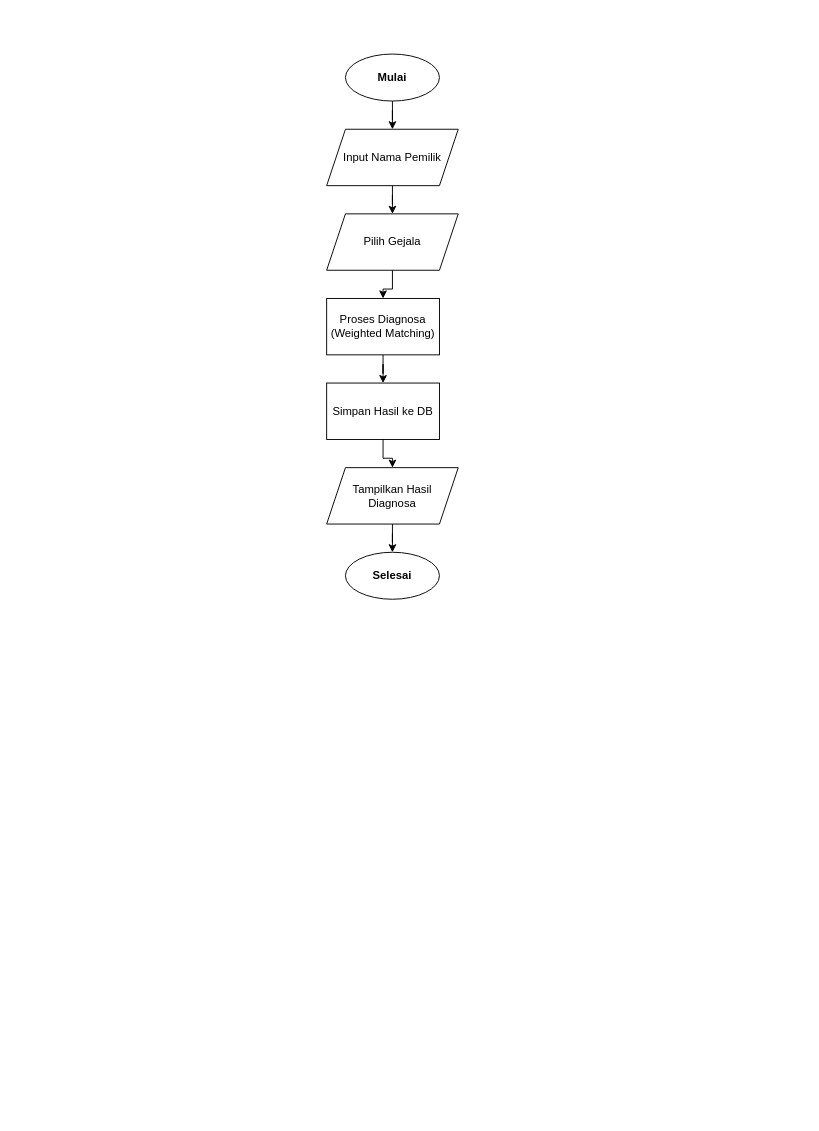
Above: diagram/flowchart/konsultasi.drawio in Jinsky/Jinsky (draw.io), before the change. Source tidied: cells renumbered, new cells numbered last; positions are measured from the earlier drawing's top-left corner, leaving out a move shared by most shapes. Both pictures are drawn from the tidied source at 94%, with x=0, y=0 at pixel (16, 16).
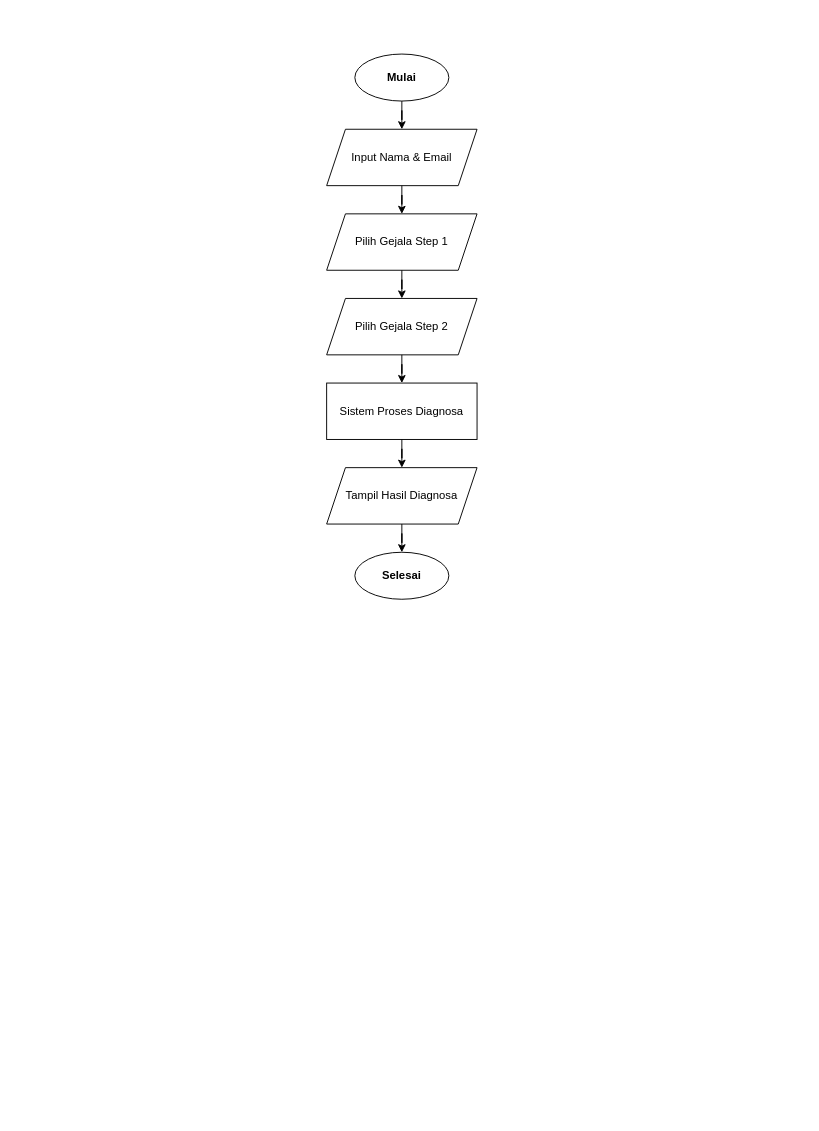
The same page after the edit.

Diff of the diagram source:
```diff
@@
 <mxGraphModel>
   <root>
     <mxCell id="0" />
     <mxCell id="1" parent="0" />
     <mxCell id="2" style="rounded=0;whiteSpace=wrap;html=1;fillColor=#ffffff;strokeColor=none;" parent="1" vertex="1">
-      <mxGeometry width="827" height="1169" as="geometry" />
+      <mxGeometry x="10" width="827" height="1169" as="geometry" />
     </mxCell>
     <mxCell id="3" value="Mulai" style="ellipse;whiteSpace=wrap;html=1;fontStyle=1;fontSize=12;fillColor=#ffffff;strokeColor=#000000;" parent="1" vertex="1">
-      <mxGeometry x="350" y="40" width="100" height="50" as="geometry" />
+      <mxGeometry x="360" y="40" width="100" height="50" as="geometry" />
     </mxCell>
-    <mxCell id="4" value="Input Nama Pemilik" style="shape=parallelogram;perimeter=parallelogramPerimeter;whiteSpace=wrap;html=1;fixedSize=1;fontSize=12;fillColor=#ffffff;strokeColor=#000000;" parent="1" vertex="1">
-      <mxGeometry x="330" y="120" width="140" height="60" as="geometry" />
+    <mxCell id="4" value="Input Nama &amp; Email" style="shape=parallelogram;perimeter=parallelogramPerimeter;whiteSpace=wrap;html=1;fixedSize=1;fontSize=12;fillColor=#ffffff;strokeColor=#000000;" parent="1" vertex="1">
+      <mxGeometry x="330" y="120" width="160" height="60" as="geometry" />
     </mxCell>
-    <mxCell id="5" value="Pilih Gejala" style="shape=parallelogram;perimeter=parallelogramPerimeter;whiteSpace=wrap;html=1;fixedSize=1;fontSize=12;fillColor=#ffffff;strokeColor=#000000;" parent="1" vertex="1">
-      <mxGeometry x="330" y="210" width="140" height="60" as="geometry" />
+    <mxCell id="5" value="Pilih Gejala Step 1" style="shape=parallelogram;perimeter=parallelogramPerimeter;whiteSpace=wrap;html=1;fixedSize=1;fontSize=12;fillColor=#ffffff;strokeColor=#000000;" parent="1" vertex="1">
+      <mxGeometry x="330" y="210" width="160" height="60" as="geometry" />
     </mxCell>
-    <mxCell id="6" value="Proses Diagnosa (Weighted Matching)" style="rounded=0;whiteSpace=wrap;html=1;fontSize=12;fillColor=#ffffff;strokeColor=#000000;" parent="1" vertex="1">
-      <mxGeometry x="330" y="300" width="120" height="60" as="geometry" />
+    <mxCell id="6" value="Pilih Gejala Step 2" style="shape=parallelogram;perimeter=parallelogramPerimeter;whiteSpace=wrap;html=1;fixedSize=1;fontSize=12;fillColor=#ffffff;strokeColor=#000000;" parent="1" vertex="1">
+      <mxGeometry x="330" y="300" width="160" height="60" as="geometry" />
     </mxCell>
-    <mxCell id="7" value="Simpan Hasil ke DB" style="rounded=0;whiteSpace=wrap;html=1;fontSize=12;fillColor=#ffffff;strokeColor=#000000;" parent="1" vertex="1">
-      <mxGeometry x="330" y="390" width="120" height="60" as="geometry" />
+    <mxCell id="7" value="Sistem Proses Diagnosa" style="rounded=0;whiteSpace=wrap;html=1;fontSize=12;fillColor=#ffffff;strokeColor=#000000;" parent="1" vertex="1">
+      <mxGeometry x="330" y="390" width="160" height="60" as="geometry" />
     </mxCell>
-    <mxCell id="8" value="Tampilkan Hasil Diagnosa" style="shape=parallelogram;perimeter=parallelogramPerimeter;whiteSpace=wrap;html=1;fixedSize=1;fontSize=12;fillColor=#ffffff;strokeColor=#000000;" parent="1" vertex="1">
-      <mxGeometry x="330" y="480" width="140" height="60" as="geometry" />
+    <mxCell id="8" value="Tampil Hasil Diagnosa" style="shape=parallelogram;perimeter=parallelogramPerimeter;whiteSpace=wrap;html=1;fixedSize=1;fontSize=12;fillColor=#ffffff;strokeColor=#000000;" parent="1" vertex="1">
+      <mxGeometry x="330" y="480" width="160" height="60" as="geometry" />
     </mxCell>
     <mxCell id="9" value="Selesai" style="ellipse;whiteSpace=wrap;html=1;fontStyle=1;fontSize=12;fillColor=#ffffff;strokeColor=#000000;" parent="1" vertex="1">
-      <mxGeometry x="350" y="570" width="100" height="50" as="geometry" />
+      <mxGeometry x="360" y="570" width="100" height="50" as="geometry" />
     </mxCell>
     <mxCell id="10" style="edgeStyle=orthogonalEdgeStyle;rounded=0;jettySize=auto;html=1;strokeColor=#000000;fontSize=11;" parent="1" edge="1" source="3" target="4">
       <mxGeometry relative="1" as="geometry" />
     </mxCell>
     <mxCell id="11" style="edgeStyle=orthogonalEdgeStyle;rounded=0;jettySize=auto;html=1;strokeColor=#000000;fontSize=11;" parent="1" edge="1" source="4" target="5">
       <mxGeometry relative="1" as="geometry" />
     </mxCell>
     <mxCell id="12" style="edgeStyle=orthogonalEdgeStyle;rounded=0;jettySize=auto;html=1;strokeColor=#000000;fontSize=11;" parent="1" edge="1" source="5" target="6">
       <mxGeometry relative="1" as="geometry" />
     </mxCell>
     <mxCell id="13" style="edgeStyle=orthogonalEdgeStyle;rounded=0;jettySize=auto;html=1;strokeColor=#000000;fontSize=11;" parent="1" edge="1" source="6" target="7">
       <mxGeometry relative="1" as="geometry" />
     </mxCell>
     <mxCell id="14" style="edgeStyle=orthogonalEdgeStyle;rounded=0;jettySize=auto;html=1;strokeColor=#000000;fontSize=11;" parent="1" edge="1" source="7" target="8">
       <mxGeometry relative="1" as="geometry" />
     </mxCell>
     <mxCell id="15" style="edgeStyle=orthogonalEdgeStyle;rounded=0;jettySize=auto;html=1;strokeColor=#000000;fontSize=11;" parent="1" edge="1" source="8" target="9">
       <mxGeometry relative="1" as="geometry" />
     </mxCell>
   </root>
 </mxGraphModel>
```
